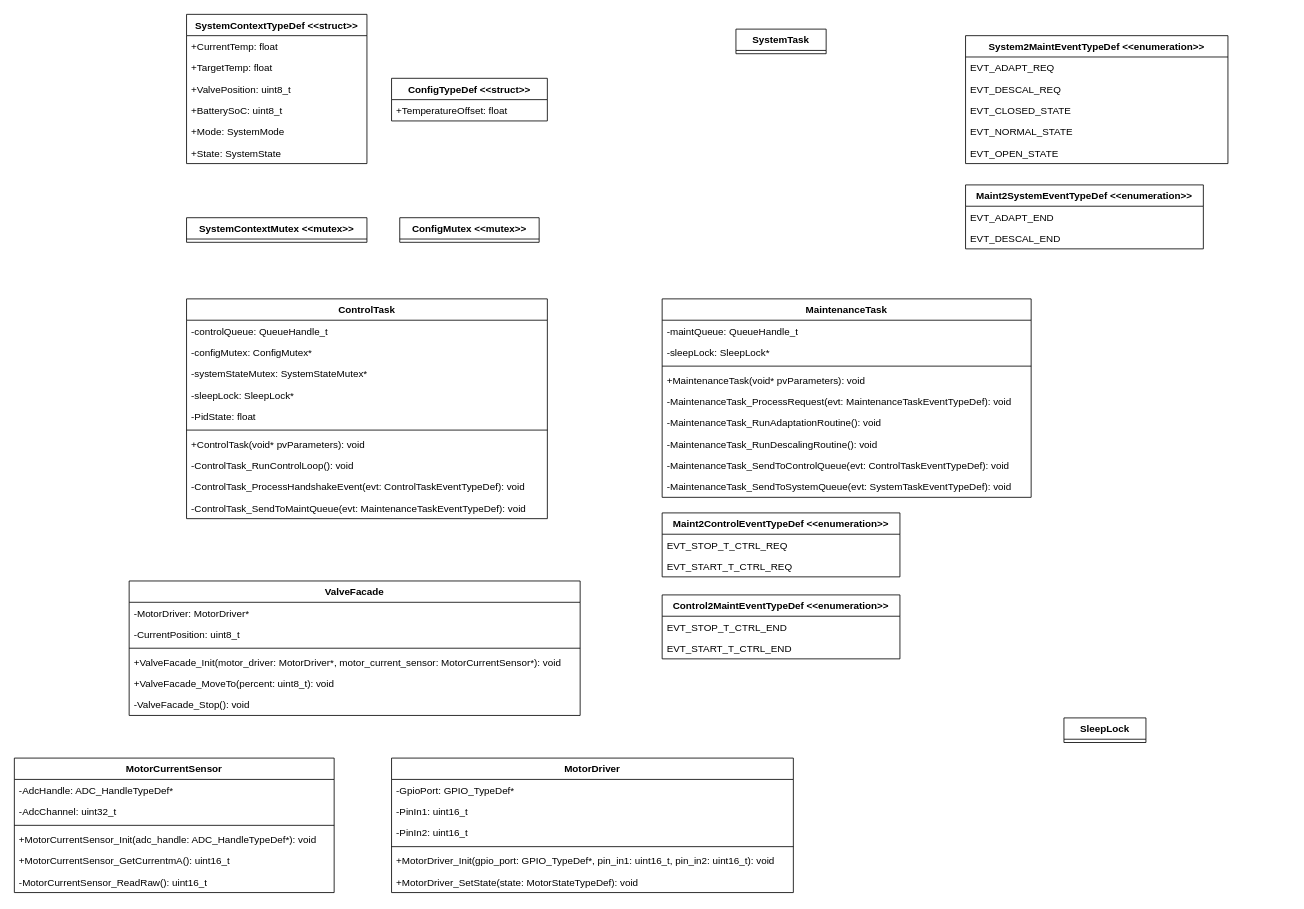
The draw.io diagram page "actuation" (4 of 6) of software/diagrams/mt-rt-sw-design.drawio in MiraTherm/miratherm-radiator-thermostat-documentation, before the edit. Source tidied: cells renumbered, new cells numbered last; positions are measured from the earlier drawing's top-left corner, leaving out a move shared by most shapes. Both pictures are drawn from the tidied source at 82%, with x=0, y=0 at pixel (14, 14).
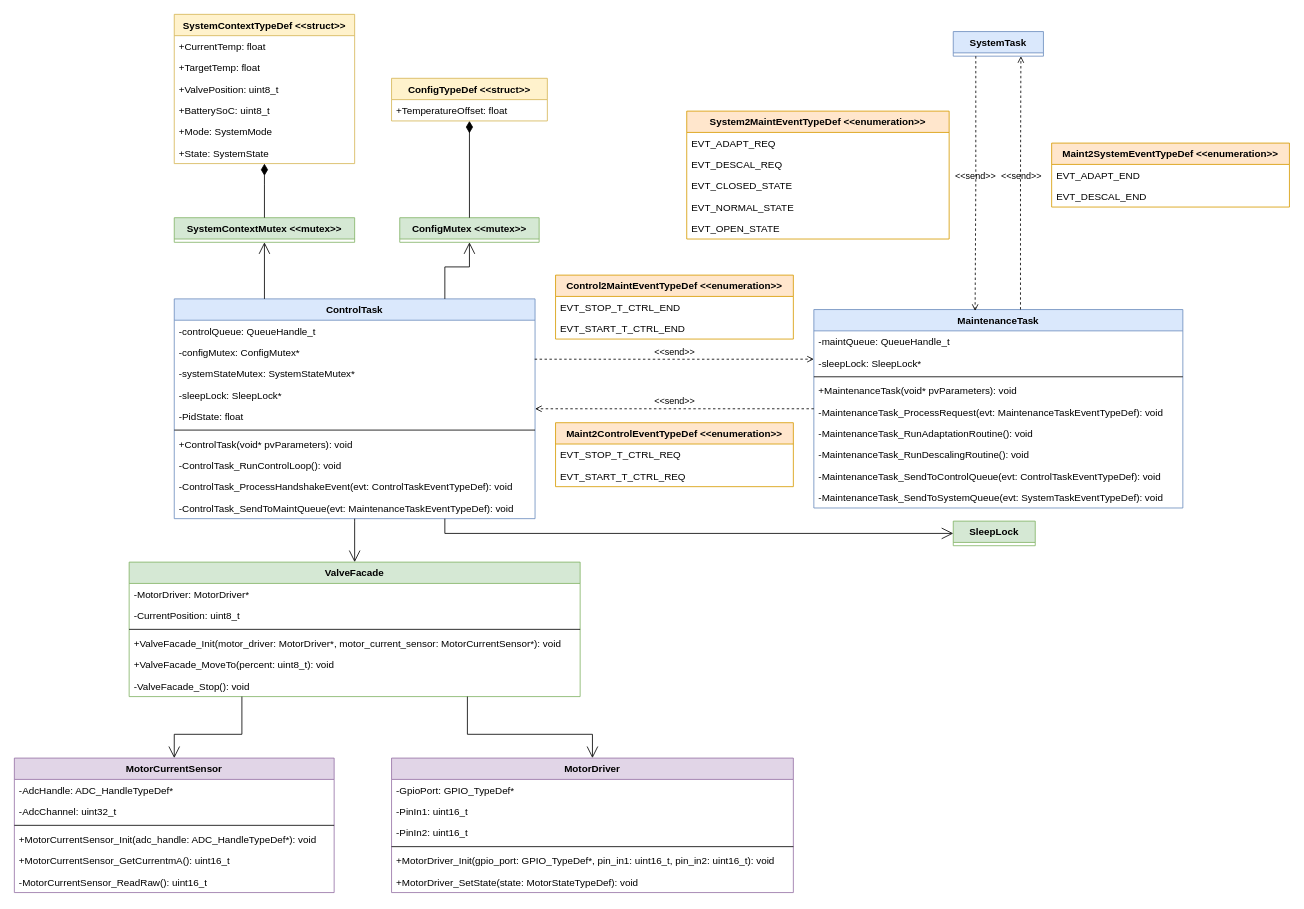
Above is the later version.

Unchanged cells that the change refers to:
```xml
<mxCell id="42" value="-configMutex: ConfigMutex*" style="text;strokeColor=none;fillColor=none;align=left;verticalAlign=top;spacingLeft=4;spacingRight=4;overflow=hidden;points=[[0,0.5],[1,0.5]];portConstraint=eastwest;" parent="40" vertex="1">
  <mxGeometry y="52" width="440" height="26" as="geometry" />
</mxCell>
```

Diff of the diagram source:
```diff
@@
-    <mxCell id="2" value="SystemContextTypeDef &lt;&lt;struct&gt;&gt;" style="swimlane;fontStyle=1;horizontal=1;startSize=26;" parent="1" vertex="1">
-      <mxGeometry x="210" width="220" height="182" as="geometry" />
+    <mxCell id="2" value="SystemContextTypeDef &lt;&lt;struct&gt;&gt;" style="swimlane;fontStyle=1;horizontal=1;startSize=26;fillColor=#fff2cc;strokeColor=#d6b656;" parent="1" vertex="1">
+      <mxGeometry x="195" width="220" height="182" as="geometry" />
     </mxCell>
@@
-    <mxCell id="9" value="MotorDriver" style="swimlane;fontStyle=1;horizontal=1;startSize=26;" parent="1" vertex="1">
+    <mxCell id="9" value="MotorDriver" style="swimlane;fontStyle=1;horizontal=1;startSize=26;fillColor=#e1d5e7;strokeColor=#9673a6;" parent="1" vertex="1">
       <mxGeometry x="460" y="907" width="490" height="164" as="geometry" />
     </mxCell>
@@
-    <mxCell id="16" value="MotorCurrentSensor" style="swimlane;fontStyle=1;horizontal=1;startSize=26;" parent="1" vertex="1">
+    <mxCell id="16" value="MotorCurrentSensor" style="swimlane;fontStyle=1;horizontal=1;startSize=26;fillColor=#e1d5e7;strokeColor=#9673a6;" parent="1" vertex="1">
       <mxGeometry y="907" width="390" height="164" as="geometry" />
     </mxCell>
@@
-    <mxCell id="23" value="ValveFacade" style="swimlane;fontStyle=1;horizontal=1;startSize=26;" parent="1" vertex="1">
-      <mxGeometry x="140" y="691" width="550" height="164" as="geometry" />
+    <mxCell id="23" value="ValveFacade" style="swimlane;fontStyle=1;horizontal=1;startSize=26;fillColor=#d5e8d4;strokeColor=#82b366;" parent="1" vertex="1">
+      <mxGeometry x="140" y="668" width="550" height="164" as="geometry" />
     </mxCell>
@@
-    <mxCell id="30" value="MaintenanceTask" style="swimlane;fontStyle=1;horizontal=1;startSize=26;" parent="1" vertex="1">
-      <mxGeometry x="790" y="347" width="450" height="242" as="geometry" />
+    <mxCell id="30" value="MaintenanceTask" style="swimlane;fontStyle=1;horizontal=1;startSize=26;fillColor=#dae8fc;strokeColor=#6c8ebf;" parent="1" vertex="1">
+      <mxGeometry x="975" y="360" width="450" height="242" as="geometry" />
     </mxCell>
@@
-    <mxCell id="40" value="ControlTask" style="swimlane;fontStyle=1;horizontal=1;startSize=26;" parent="1" vertex="1">
-      <mxGeometry x="210" y="347" width="440" height="268" as="geometry" />
+    <mxCell id="40" value="ControlTask" style="swimlane;fontStyle=1;horizontal=1;startSize=26;fillColor=#dae8fc;strokeColor=#6c8ebf;" parent="1" vertex="1">
+      <mxGeometry x="195" y="347" width="440" height="268" as="geometry" />
     </mxCell>
@@
-    <mxCell id="51" value="SystemTask" style="swimlane;fontStyle=1;horizontal=1;startSize=26;" parent="1" vertex="1" collapsed="1">
-      <mxGeometry x="880" y="18" width="110" height="30" as="geometry" />
-    </mxCell>
-    <mxCell id="52" value="System2MaintEventTypeDef &lt;&lt;enumeration&gt;&gt;" style="swimlane;fontStyle=1;horizontal=1;startSize=26;" parent="1" vertex="1">
-      <mxGeometry x="1160" y="26" width="320" height="156" as="geometry" />
+    <mxCell id="52" value="System2MaintEventTypeDef &lt;&lt;enumeration&gt;&gt;" style="swimlane;fontStyle=1;horizontal=1;startSize=26;fillColor=#ffe6cc;strokeColor=#d79b00;" parent="1" vertex="1">
+      <mxGeometry x="820" y="118" width="320" height="156" as="geometry" />
     </mxCell>
@@
-    <mxCell id="58" value="Maint2ControlEventTypeDef &lt;&lt;enumeration&gt;&gt;" style="swimlane;fontStyle=1;horizontal=1;startSize=26;" parent="1" vertex="1">
-      <mxGeometry x="790" y="608" width="290" height="78" as="geometry" />
+    <mxCell id="58" value="Maint2ControlEventTypeDef &lt;&lt;enumeration&gt;&gt;" style="swimlane;fontStyle=1;horizontal=1;startSize=26;fillColor=#ffe6cc;strokeColor=#d79b00;" parent="1" vertex="1">
+      <mxGeometry x="660" y="498" width="290" height="78" as="geometry" />
     </mxCell>
@@
-    <mxCell id="61" value="SleepLock" style="swimlane;fontStyle=1;horizontal=1;startSize=26;" parent="1" vertex="1" collapsed="1">
-      <mxGeometry x="1280" y="858" width="100" height="30" as="geometry" />
+    <mxCell id="61" value="SleepLock" style="swimlane;fontStyle=1;horizontal=1;startSize=26;fillColor=#d5e8d4;strokeColor=#82b366;" parent="1" vertex="1" collapsed="1">
+      <mxGeometry x="1145" y="618" width="100" height="30" as="geometry" />
     </mxCell>
-    <mxCell id="62" value="Control2MaintEventTypeDef &lt;&lt;enumeration&gt;&gt;" style="swimlane;fontStyle=1;horizontal=1;startSize=26;" parent="1" vertex="1">
-      <mxGeometry x="790" y="708" width="290" height="78" as="geometry" />
+    <mxCell id="62" value="Control2MaintEventTypeDef &lt;&lt;enumeration&gt;&gt;" style="swimlane;fontStyle=1;horizontal=1;startSize=26;fillColor=#ffe6cc;strokeColor=#d79b00;" parent="1" vertex="1">
+      <mxGeometry x="660" y="318" width="290" height="78" as="geometry" />
     </mxCell>
@@
-    <mxCell id="65" value="Maint2SystemEventTypeDef &lt;&lt;enumeration&gt;&gt;" style="swimlane;fontStyle=1;horizontal=1;startSize=26;" parent="1" vertex="1">
-      <mxGeometry x="1160" y="208" width="290" height="78" as="geometry" />
+    <mxCell id="65" value="Maint2SystemEventTypeDef &lt;&lt;enumeration&gt;&gt;" style="swimlane;fontStyle=1;horizontal=1;startSize=26;fillColor=#ffe6cc;strokeColor=#d79b00;" parent="1" vertex="1">
+      <mxGeometry x="1265" y="157" width="290" height="78" as="geometry" />
     </mxCell>
@@
-    <mxCell id="68" value="ConfigTypeDef &lt;&lt;struct&gt;&gt;" style="swimlane;fontStyle=1;horizontal=1;startSize=26;" parent="1" vertex="1">
+    <mxCell id="68" value="ConfigTypeDef &lt;&lt;struct&gt;&gt;" style="swimlane;fontStyle=1;horizontal=1;startSize=26;fillColor=#fff2cc;strokeColor=#d6b656;" parent="1" vertex="1">
       <mxGeometry x="460" y="78" width="190" height="52" as="geometry" />
     </mxCell>
@@
-    <mxCell id="70" value="SystemContextMutex &lt;&lt;mutex&gt;&gt;" style="swimlane;fontStyle=1;horizontal=1;startSize=26;" parent="1" vertex="1" collapsed="1">
-      <mxGeometry x="210" y="248" width="220" height="30" as="geometry" />
+    <mxCell id="70" value="SystemContextMutex &lt;&lt;mutex&gt;&gt;" style="swimlane;fontStyle=1;horizontal=1;startSize=26;fillColor=#d5e8d4;strokeColor=#82b366;" parent="1" vertex="1" collapsed="1">
+      <mxGeometry x="195" y="248" width="220" height="30" as="geometry" />
     </mxCell>
-    <mxCell id="71" value="ConfigMutex &lt;&lt;mutex&gt;&gt;" style="swimlane;fontStyle=1;horizontal=1;startSize=26;" parent="1" vertex="1" collapsed="1">
+    <mxCell id="71" value="ConfigMutex &lt;&lt;mutex&gt;&gt;" style="swimlane;fontStyle=1;horizontal=1;startSize=26;fillColor=#d5e8d4;strokeColor=#82b366;" parent="1" vertex="1" collapsed="1">
       <mxGeometry x="470" y="248" width="170" height="30" as="geometry" />
     </mxCell>
+    <mxCell id="72" style="endArrow=open;endFill=1;endSize=12;html=1;rounded=0;edgeStyle=orthogonalEdgeStyle;entryX=0.5;entryY=0;entryDx=0;entryDy=0;exitX=0.25;exitY=1;exitDx=0;exitDy=0;" parent="1" edge="1" source="23" target="16">
+      <mxGeometry relative="1" as="geometry">
+        <Array as="points">
+          <mxPoint x="277" y="878" />
+          <mxPoint x="195" y="878" />
+        </Array>
+      </mxGeometry>
+    </mxCell>
+    <mxCell id="73" style="endArrow=open;endFill=1;endSize=12;html=1;rounded=0;edgeStyle=orthogonalEdgeStyle;exitX=0.75;exitY=1;exitDx=0;exitDy=0;entryX=0.5;entryY=0;entryDx=0;entryDy=0;" parent="1" edge="1" source="23" target="9">
+      <mxGeometry relative="1" as="geometry">
+        <Array as="points">
+          <mxPoint x="553" y="878" />
+          <mxPoint x="705" y="878" />
+        </Array>
+      </mxGeometry>
+    </mxCell>
+    <mxCell id="74" style="endArrow=open;endFill=1;endSize=12;html=1;rounded=0;edgeStyle=orthogonalEdgeStyle;entryX=0.5;entryY=0;entryDx=0;entryDy=0;exitX=0.5;exitY=1;exitDx=0;exitDy=0;" parent="1" edge="1" source="40" target="23">
+      <mxGeometry relative="1" as="geometry">
+        <Array as="points">
+          <mxPoint x="415" y="618" />
+          <mxPoint x="415" y="618" />
+        </Array>
+      </mxGeometry>
+    </mxCell>
+    <mxCell id="75" style="endArrow=open;endFill=1;endSize=12;html=1;rounded=0;edgeStyle=orthogonalEdgeStyle;entryX=0.5;entryY=1;entryDx=0;entryDy=0;exitX=0.25;exitY=0;exitDx=0;exitDy=0;" parent="1" edge="1" source="40" target="70">
+      <mxGeometry relative="1" as="geometry">
+        <Array as="points">
+          <mxPoint x="305" y="278" />
+        </Array>
+      </mxGeometry>
+    </mxCell>
+    <mxCell id="76" style="endArrow=open;endFill=1;endSize=12;html=1;rounded=0;edgeStyle=orthogonalEdgeStyle;entryX=0.5;entryY=1;entryDx=0;entryDy=0;exitX=0.75;exitY=0;exitDx=0;exitDy=0;" parent="1" edge="1" source="40" target="71">
+      <mxGeometry relative="1" as="geometry">
+        <Array as="points">
+          <mxPoint x="525" y="308" />
+          <mxPoint x="555" y="308" />
+        </Array>
+      </mxGeometry>
+    </mxCell>
+    <mxCell id="77" style="endArrow=diamondThin;endFill=1;endSize=12;html=1;rounded=0;edgeStyle=orthogonalEdgeStyle;exitX=0.5;exitY=0;exitDx=0;exitDy=0;entryX=0.5;entryY=1;entryDx=0;entryDy=0;" parent="1" edge="1" source="71" target="68">
+      <mxGeometry relative="1" as="geometry">
+        <Array as="points">
+          <mxPoint x="555" y="138" />
+          <mxPoint x="555" y="138" />
+        </Array>
+      </mxGeometry>
+    </mxCell>
+    <mxCell id="78" style="endArrow=diamondThin;endFill=1;endSize=12;html=1;rounded=0;edgeStyle=orthogonalEdgeStyle;exitX=0.5;exitY=0;exitDx=0;exitDy=0;entryX=0.5;entryY=1;entryDx=0;entryDy=0;" parent="1" edge="1" source="70" target="2">
+      <mxGeometry relative="1" as="geometry">
+        <Array as="points">
+          <mxPoint x="305" y="208" />
+          <mxPoint x="305" y="208" />
+        </Array>
+      </mxGeometry>
+    </mxCell>
+    <mxCell id="51" value="SystemTask" style="swimlane;fontStyle=1;horizontal=1;startSize=26;fillColor=#dae8fc;strokeColor=#6c8ebf;" parent="1" vertex="1" collapsed="1">
+      <mxGeometry x="1145" y="21" width="110" height="30" as="geometry" />
+    </mxCell>
+    <mxCell id="79" value="&amp;lt;&amp;lt;send&amp;gt;&amp;gt;" style="endArrow=open;html=1;rounded=0;align=center;verticalAlign=bottom;dashed=1;endFill=0;labelBackgroundColor=none;exitX=0.25;exitY=1;exitDx=0;exitDy=0;edgeStyle=orthogonalEdgeStyle;entryX=0.437;entryY=0.007;entryDx=0;entryDy=0;entryPerimeter=0;" parent="1" edge="1" source="51" target="30">
+      <mxGeometry relative="1" as="geometry" />
+    </mxCell>
+    <mxCell id="80" style="html=1;align=center;verticalAlign=top;labelBackgroundColor=none;" parent="79" vertex="1">
+      <mxGeometry relative="1" as="geometry" />
+    </mxCell>
+    <mxCell id="81" value="&amp;lt;&amp;lt;send&amp;gt;&amp;gt;" style="endArrow=open;html=1;rounded=0;align=center;verticalAlign=bottom;dashed=1;endFill=0;labelBackgroundColor=none;edgeStyle=orthogonalEdgeStyle;entryX=0.75;entryY=1;entryDx=0;entryDy=0;exitX=0.56;exitY=0;exitDx=0;exitDy=0;exitPerimeter=0;" parent="1" edge="1" source="30" target="51">
+      <mxGeometry relative="1" as="geometry" />
+    </mxCell>
+    <mxCell id="82" style="html=1;align=center;verticalAlign=top;labelBackgroundColor=none;" parent="81" vertex="1">
+      <mxGeometry relative="1" as="geometry" />
+    </mxCell>
+    <mxCell id="83" value="&amp;lt;&amp;lt;send&amp;gt;&amp;gt;" style="endArrow=open;html=1;rounded=0;align=center;verticalAlign=bottom;dashed=1;endFill=0;labelBackgroundColor=none;edgeStyle=orthogonalEdgeStyle;exitX=0.999;exitY=0.829;exitDx=0;exitDy=0;entryX=0;entryY=0.25;entryDx=0;entryDy=0;exitPerimeter=0;" parent="1" edge="1" source="42" target="30">
+      <mxGeometry relative="1" as="geometry" />
+    </mxCell>
+    <mxCell id="84" style="html=1;align=center;verticalAlign=top;labelBackgroundColor=none;" parent="83" vertex="1">
+      <mxGeometry relative="1" as="geometry" />
+    </mxCell>
+    <mxCell id="85" value="&amp;lt;&amp;lt;send&amp;gt;&amp;gt;" style="endArrow=open;html=1;rounded=0;align=center;verticalAlign=bottom;dashed=1;endFill=0;labelBackgroundColor=none;edgeStyle=orthogonalEdgeStyle;entryX=1;entryY=0.5;entryDx=0;entryDy=0;exitX=0;exitY=0.5;exitDx=0;exitDy=0;" parent="1" edge="1" source="30" target="40">
+      <mxGeometry relative="1" as="geometry" />
+    </mxCell>
+    <mxCell id="86" style="html=1;align=center;verticalAlign=top;labelBackgroundColor=none;" parent="85" vertex="1">
+      <mxGeometry relative="1" as="geometry" />
+    </mxCell>
+    <mxCell id="87" style="endArrow=open;endFill=1;endSize=12;html=1;rounded=0;edgeStyle=orthogonalEdgeStyle;entryX=0;entryY=0.5;entryDx=0;entryDy=0;exitX=0.75;exitY=1;exitDx=0;exitDy=0;" parent="1" edge="1" source="40" target="61">
+      <mxGeometry relative="1" as="geometry">
+        <Array as="points">
+          <mxPoint x="525" y="633" />
+        </Array>
+      </mxGeometry>
+    </mxCell>
```
